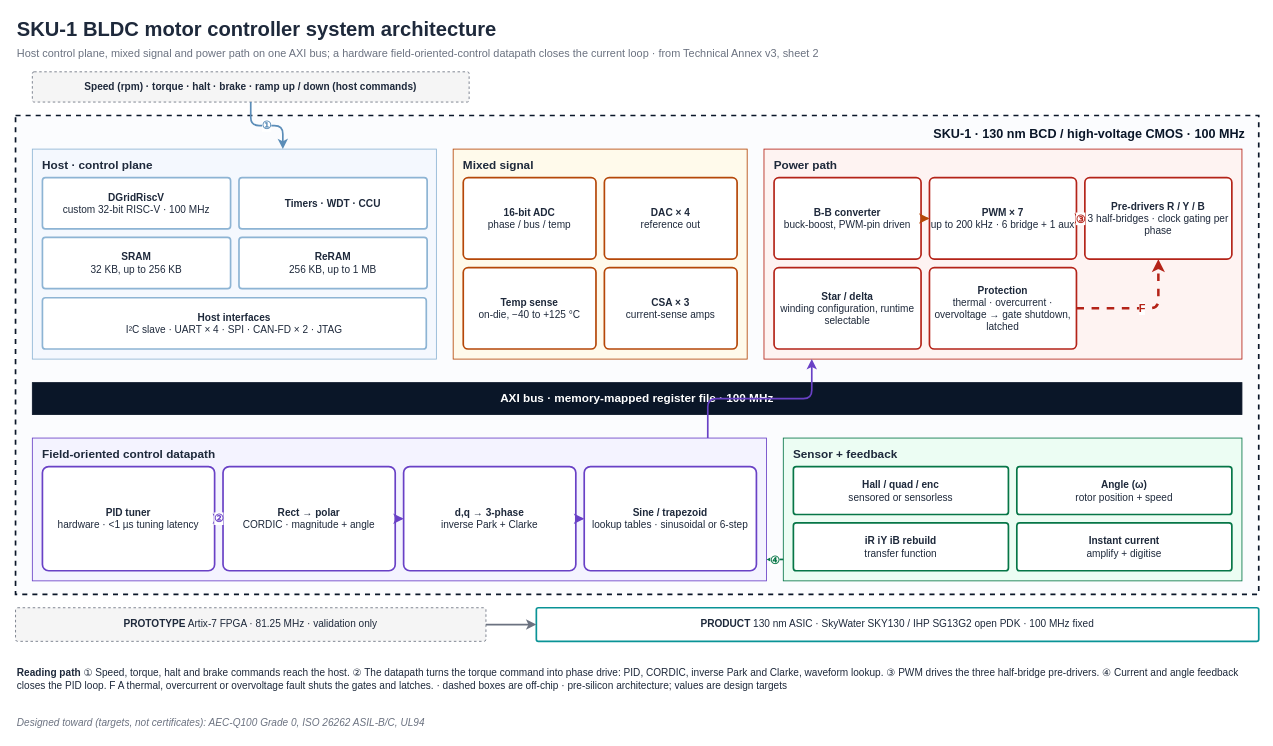
Above: public/downloads/sku-1-architecture.drawio in shekerkamma/deepgrid-dr-silicon-v11 (draw.io), before the change. Source tidied: cells renumbered, new cells numbered last; positions are measured from the earlier drawing's top-left corner, leaving out a move shared by most shapes. Both pictures are drawn from the tidied source at 84%, with x=0, y=0 at pixel (15, 14).
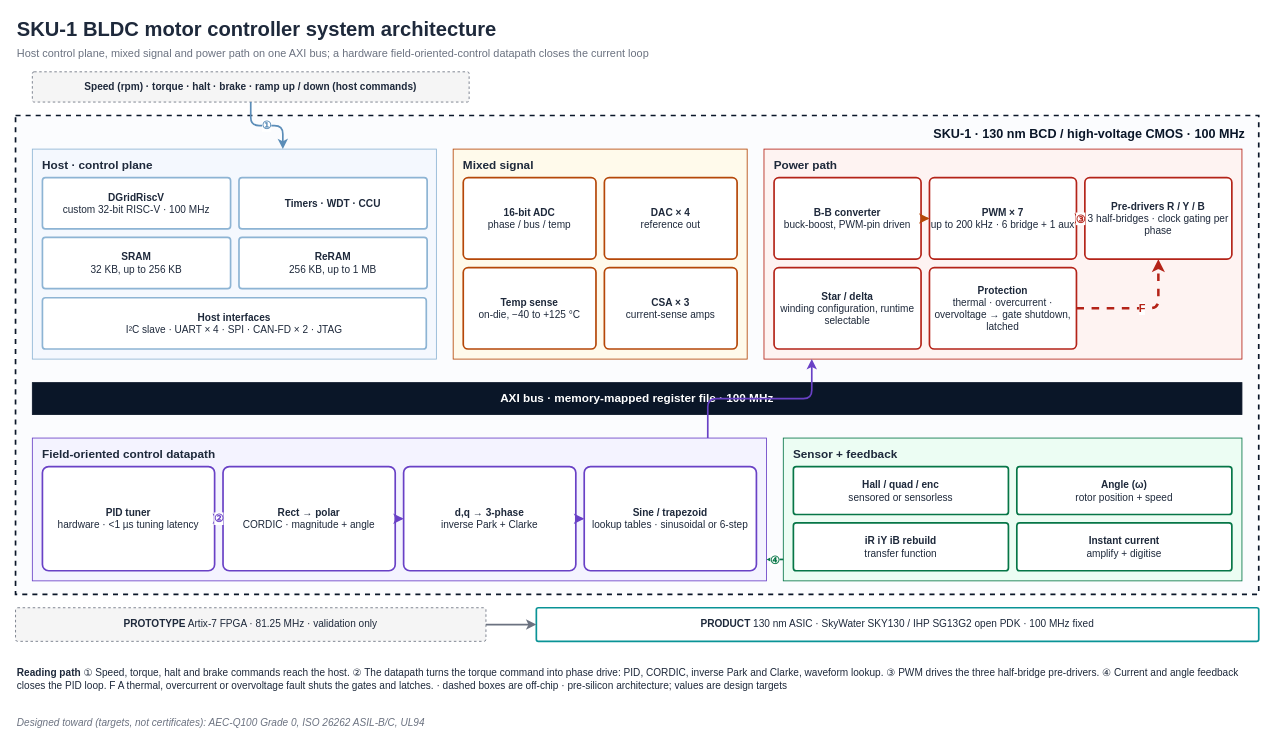
The same diagram, later.

Change to the diagram source:
```diff
@@
-    <mxCell id="3" value="Host control plane, mixed signal and power path on one AXI bus; a hardware field-oriented-control datapath closes the current loop · from Technical Annex v3, sheet 2" style="text;html=1;align=left;verticalAlign=middle;whiteSpace=wrap;fontSize=13;fontColor=#6B7280;" parent="1" vertex="1">
+    <mxCell id="3" value="Host control plane, mixed signal and power path on one AXI bus; a hardware field-oriented-control datapath closes the current loop" style="text;html=1;align=left;verticalAlign=middle;whiteSpace=wrap;fontSize=13;fontColor=#6B7280;" parent="1" vertex="1">
       <mxGeometry y="34" width="1480" height="24" as="geometry" />
     </mxCell>
```
